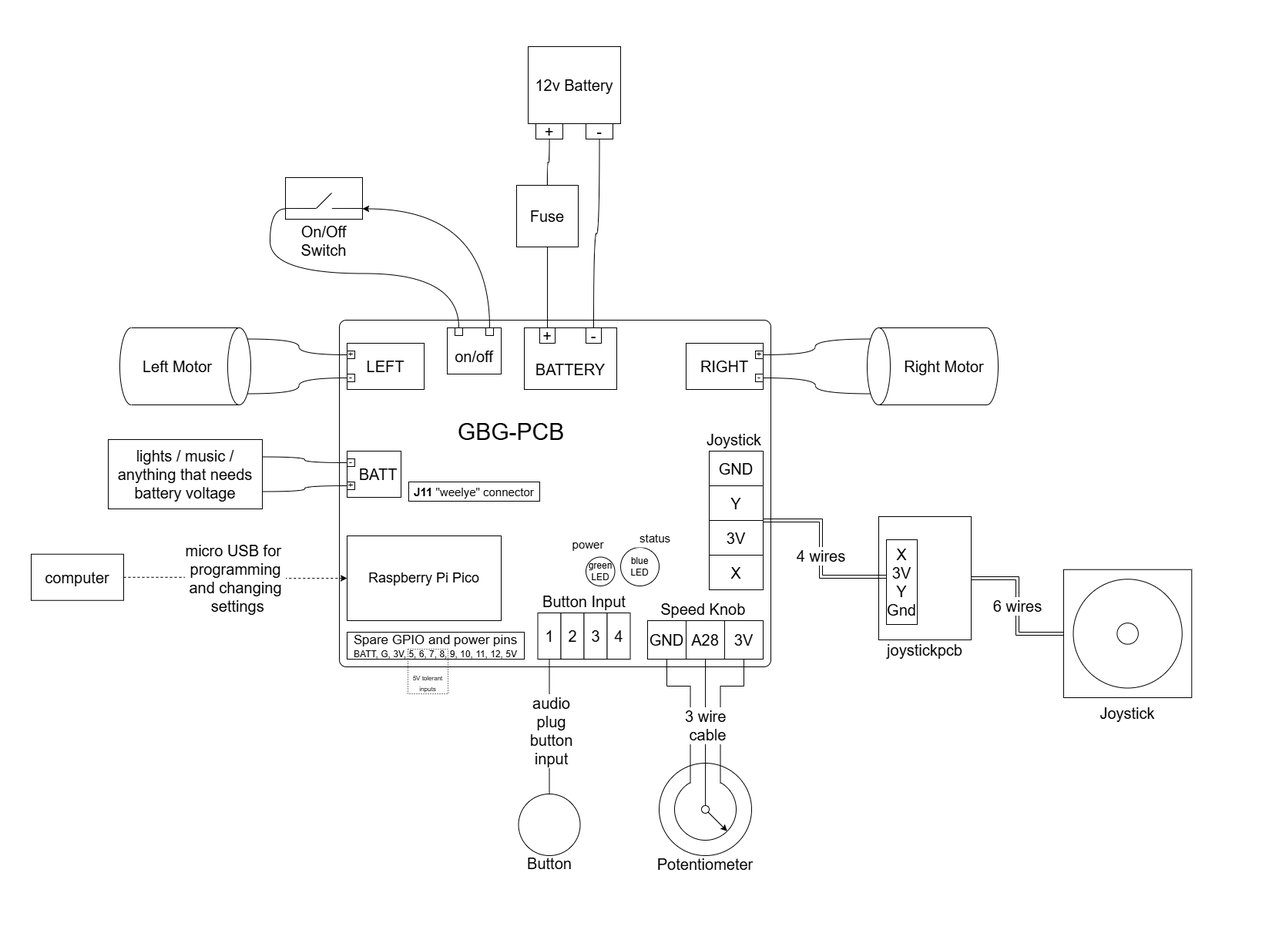
gobabygocarswithjoysticks/gbg-pcb keeps this draw.io diagram as docs/instructions/diagrams/circuit_diagram.drawio.png. Above is the earlier version. Source tidied: cells renumbered, new cells last; positions are measured from the earlier drawing's top-left corner, leaving out a move shared by most shapes.
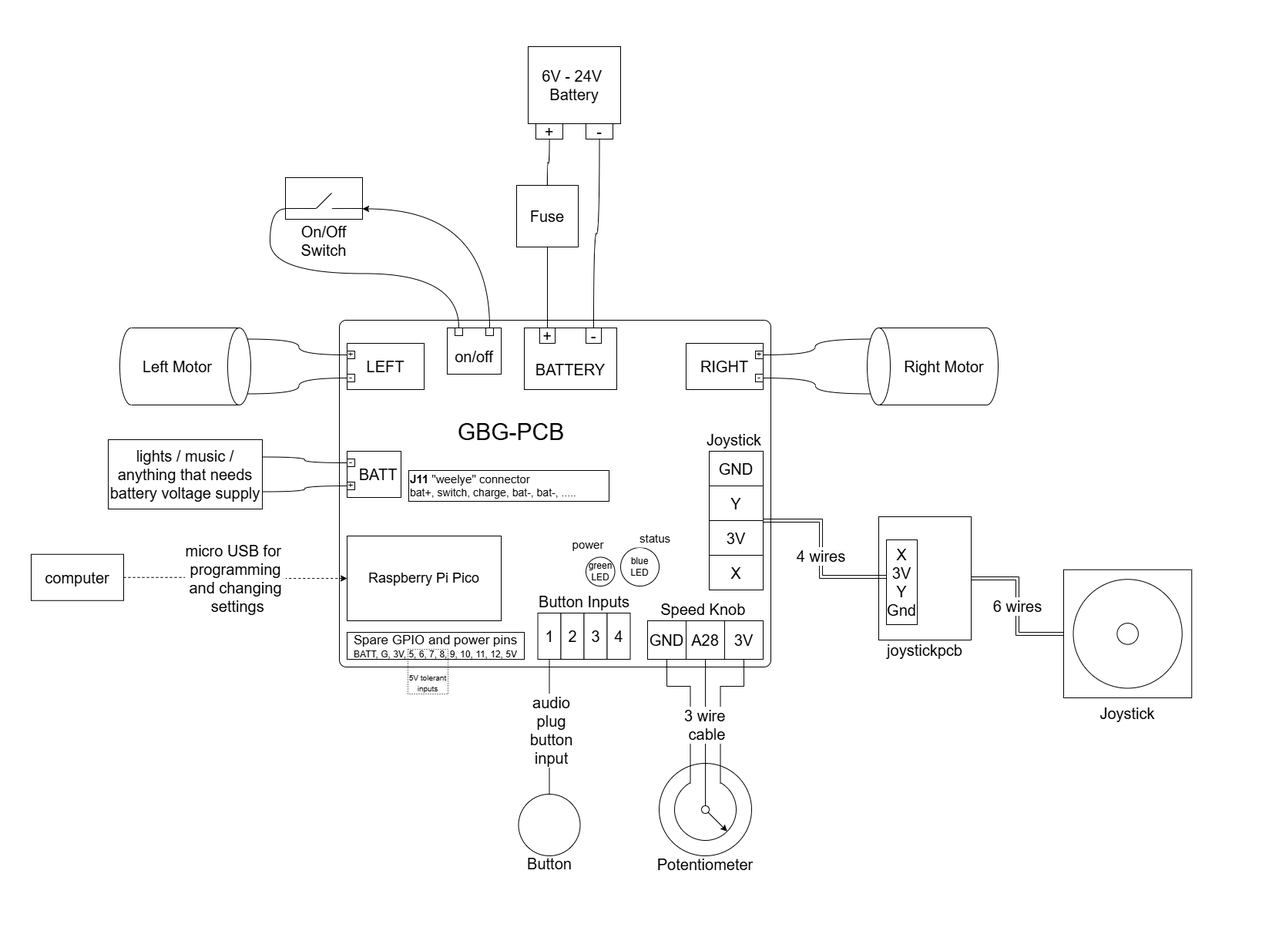
The same diagram one commit later.

Diff of the diagram source:
```diff
@@ -109,7 +109,7 @@
     <mxCell id="35" value="&lt;font style=&quot;font-size: 17px;&quot;&gt;Spare GPIO and power pins&lt;/font&gt;&lt;div&gt;BATT, G, 3V, 5, 6, 7, 8, 9, 10, 11, 12, 5V&lt;/div&gt;" style="rounded=0;whiteSpace=wrap;html=1;" parent="1" vertex="1">
       <mxGeometry x="450" y="820" width="230" height="35" as="geometry" />
     </mxCell>
-    <mxCell id="36" value="&lt;font style=&quot;font-size: 20px;&quot;&gt;Button Input&lt;/font&gt;" style="rounded=0;whiteSpace=wrap;html=1;strokeColor=none;fillColor=none;" parent="1" vertex="1">
+    <mxCell id="36" value="&lt;font style=&quot;font-size: 20px;&quot;&gt;Button Inputs&lt;/font&gt;" style="rounded=0;whiteSpace=wrap;html=1;strokeColor=none;fillColor=none;" parent="1" vertex="1">
       <mxGeometry x="697.5" y="765" width="120" height="30" as="geometry" />
     </mxCell>
     <mxCell id="37" value="&lt;font style=&quot;font-size: 20px;&quot;&gt;Speed Knob&amp;nbsp;&lt;/font&gt;" style="rounded=0;whiteSpace=wrap;html=1;strokeColor=none;fillColor=none;" parent="1" vertex="1">
@@ -250,7 +250,7 @@
         <mxPoint x="470" y="270" as="targetPoint" />
       </mxGeometry>
     </mxCell>
-    <mxCell id="75" value="&lt;font style=&quot;font-size: 20px;&quot;&gt;12v Battery&lt;/font&gt;" style="rounded=0;whiteSpace=wrap;html=1;" parent="1" vertex="1">
+    <mxCell id="75" value="&lt;font style=&quot;font-size: 20px;&quot;&gt;6V - 24V&amp;nbsp;&lt;/font&gt;&lt;div&gt;&lt;font style=&quot;font-size: 20px;&quot;&gt;Battery&lt;/font&gt;&lt;/div&gt;" style="rounded=0;whiteSpace=wrap;html=1;" parent="1" vertex="1">
       <mxGeometry x="685" y="60" width="120" height="100" as="geometry" />
     </mxCell>
     <mxCell id="76" style="edgeStyle=orthogonalEdgeStyle;rounded=0;jettySize=auto;html=1;entryX=0.5;entryY=0;entryDx=0;entryDy=0;curved=1;endArrow=none;startFill=0;" parent="1" edge="1" source="77" target="81">
@@ -277,14 +277,14 @@
     <mxCell id="83" style="whiteSpace=wrap;html=1;strokeColor=none;" parent="1" vertex="1">
       <mxGeometry x="1580" y="1140" width="80" height="80" as="geometry" />
     </mxCell>
-    <mxCell id="84" value="&lt;font style=&quot;font-size: 20px;&quot;&gt;lights / music /&lt;/font&gt;&lt;div&gt;&lt;font style=&quot;font-size: 20px;&quot;&gt;anything that needs battery voltage&lt;/font&gt;&lt;/div&gt;" style="rounded=0;whiteSpace=wrap;html=1;" parent="1" vertex="1">
+    <mxCell id="84" value="&lt;font style=&quot;font-size: 20px;&quot;&gt;lights / music /&lt;/font&gt;&lt;div&gt;&lt;font style=&quot;font-size: 20px;&quot;&gt;anything that needs battery voltage supply&lt;/font&gt;&lt;/div&gt;" style="rounded=0;whiteSpace=wrap;html=1;" parent="1" vertex="1">
       <mxGeometry x="140" y="570" width="200" height="90" as="geometry" />
     </mxCell>
     <mxCell id="85" value="&lt;font style=&quot;font-size: 20px;&quot;&gt;Joystick&lt;/font&gt;" style="rounded=0;whiteSpace=wrap;html=1;strokeColor=none;fillColor=none;" parent="1" vertex="1">
       <mxGeometry x="910" y="555" width="85" height="30" as="geometry" />
     </mxCell>
-    <mxCell id="86" value="&lt;font style=&quot;font-size: 15px;&quot;&gt;&lt;b&gt;J11&lt;/b&gt; &quot;weelye&quot; connector&lt;/font&gt;" style="rounded=0;whiteSpace=wrap;html=1;" parent="1" vertex="1">
-      <mxGeometry x="530" y="625" width="170" height="25" as="geometry" />
+    <mxCell id="86" value="&lt;font style=&quot;font-size: 15px;&quot;&gt;&lt;b&gt;J11&lt;/b&gt; &quot;weelye&quot; connector&lt;/font&gt;&lt;div style=&quot;&quot;&gt;&lt;font style=&quot;font-size: 14px;&quot;&gt;bat+, switch, charge, bat-, bat-, .....&lt;/font&gt;&lt;/div&gt;" style="rounded=0;whiteSpace=wrap;html=1;align=left;" parent="1" vertex="1">
+      <mxGeometry x="530" y="610" width="260" height="40" as="geometry" />
     </mxCell>
     <mxCell id="87" value="&lt;br&gt;&lt;font style=&quot;forced-color-adjust: none; color: rgb(0, 0, 0); font-family: Helvetica; font-style: normal; font-variant-ligatures: normal; font-variant-caps: normal; font-weight: 400; letter-spacing: normal; orphans: 2; text-align: center; text-indent: 0px; text-transform: none; widows: 2; word-spacing: 0px; -webkit-text-stroke-width: 0px; white-space: normal; text-decoration-thickness: initial; text-decoration-style: initial; text-decoration-color: initial; font-size: 30px; background-color: light-dark(#ffffff, var(--ge-dark-color, #121212));&quot;&gt;GBG-PCB&lt;br&gt;&lt;/font&gt;&lt;div&gt;&lt;br&gt;&lt;/div&gt;" style="rounded=0;whiteSpace=wrap;html=1;strokeColor=none;fillColor=none;" parent="1" vertex="1">
       <mxGeometry x="572.5" y="535" width="180" height="50" as="geometry" />
@@ -301,7 +301,7 @@
     <mxCell id="91" value="&lt;font style=&quot;font-size: 15px;&quot;&gt;status&lt;/font&gt;" style="rounded=0;whiteSpace=wrap;html=1;strokeColor=none;" parent="1" vertex="1">
       <mxGeometry x="825" y="685" width="50" height="25" as="geometry" />
     </mxCell>
-    <mxCell id="92" value="&lt;div&gt;&lt;font style=&quot;font-size: 8px;&quot;&gt;&lt;br&gt;&lt;/font&gt;&lt;/div&gt;&lt;div&gt;&lt;font style=&quot;font-size: 8px;&quot;&gt;&lt;br&gt;&lt;/font&gt;&lt;/div&gt;&lt;div&gt;&lt;font style=&quot;font-size: 8px;&quot;&gt;5V tolerant&lt;/font&gt;&lt;/div&gt;&lt;div&gt;&lt;font style=&quot;font-size: 8px;&quot;&gt;inputs&lt;/font&gt;&lt;/div&gt;" style="rounded=0;whiteSpace=wrap;html=1;strokeColor=default;fillColor=none;dashed=1;dashPattern=1 2;" parent="1" vertex="1">
+    <mxCell id="92" value="&lt;div&gt;&lt;font style=&quot;font-size: 10px;&quot;&gt;&lt;br&gt;&lt;/font&gt;&lt;/div&gt;&lt;div&gt;&lt;font style=&quot;font-size: 10px;&quot;&gt;&lt;br&gt;&lt;/font&gt;&lt;/div&gt;&lt;div&gt;&lt;font style=&quot;font-size: 10px;&quot;&gt;5V tolerant&lt;/font&gt;&lt;/div&gt;&lt;div&gt;&lt;font style=&quot;font-size: 10px;&quot;&gt;inputs&lt;/font&gt;&lt;/div&gt;" style="rounded=0;whiteSpace=wrap;html=1;strokeColor=default;fillColor=none;dashed=1;dashPattern=1 2;" parent="1" vertex="1">
       <mxGeometry x="529" y="842" width="52" height="58" as="geometry" />
     </mxCell>
   </root>
```
